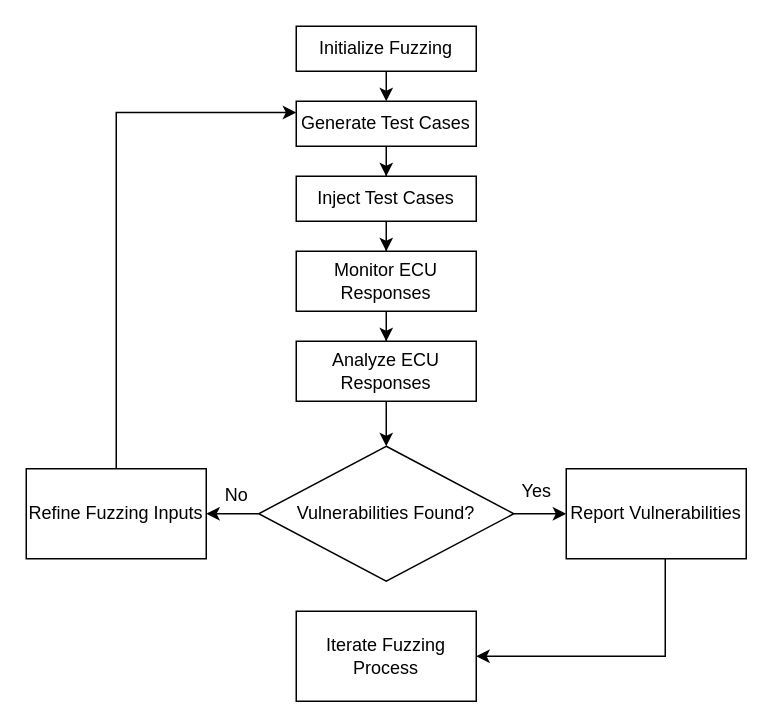
The draw.io diagram Untitled Diagram.drawio in manujo-varghese/30-Days-Of-Python, before the edit. Source tidied: cells renumbered, new cells numbered last; positions are measured from the earlier drawing's top-left corner, leaving out a move shared by most shapes. Both pictures are drawn from the tidied source at 150%, with x=0, y=0 at pixel (26, 26).
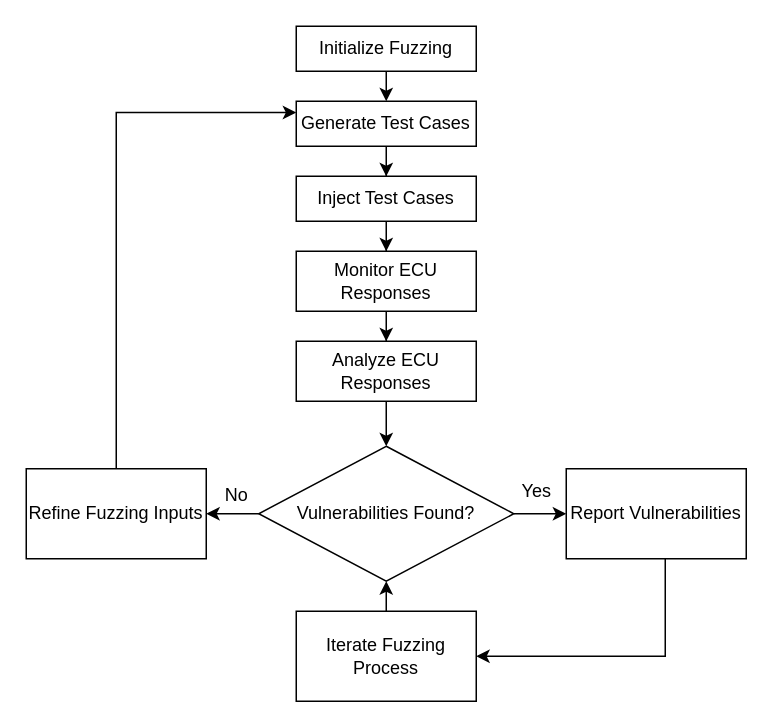
The same diagram, later.

Unchanged cells that the change refers to:
```xml
<mxCell id="14" value="Vulnerabilities Found?" style="rhombus;whiteSpace=wrap;html=1;" parent="1" vertex="1">
  <mxGeometry x="155" y="280" width="170" height="90" as="geometry" />
</mxCell>
<mxCell id="19" value="Iterate Fuzzing Process" style="rounded=0;whiteSpace=wrap;html=1;" parent="1" vertex="1">
  <mxGeometry x="180" y="390" width="120" height="60" as="geometry" />
</mxCell>
```

The edit, as a diff of the source:
```diff
@@
+    <mxCell id="22" style="edgeStyle=orthogonalEdgeStyle;rounded=0;jettySize=auto;html=1;exitX=0.5;exitY=0;exitDx=0;exitDy=0;entryX=0.5;entryY=1;entryDx=0;entryDy=0;" parent="1" edge="1" source="19" target="14">
+      <mxGeometry relative="1" as="geometry" />
+    </mxCell>
```
